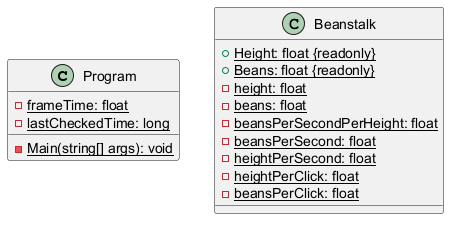
Before: PlantUML/Klassediagram 2.png, a diagram exported from PlantUML (Murkorus/ProjektOOA).
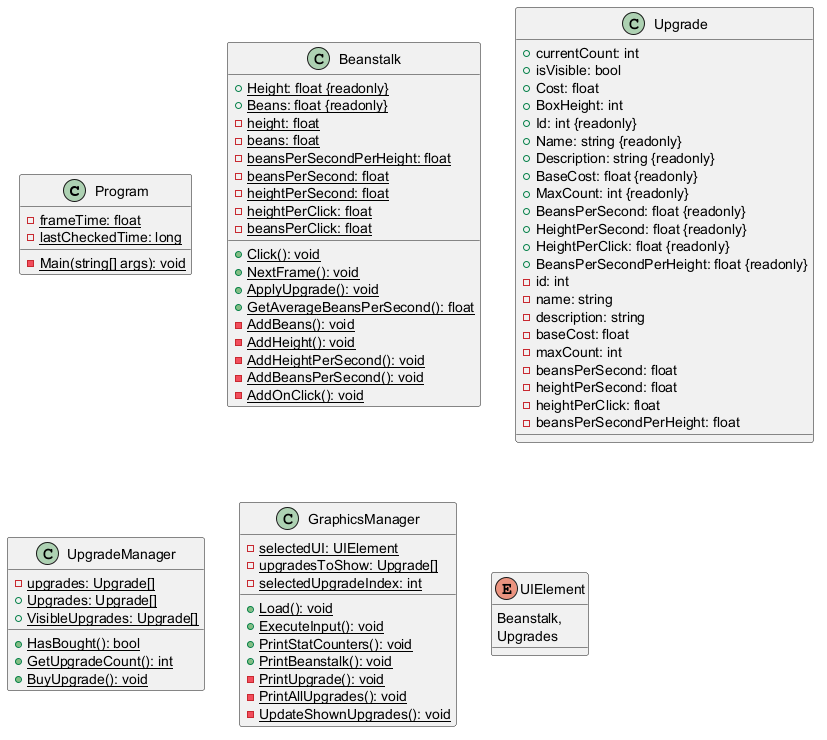
After the commit.

What changed in the source:
```diff
@@ -16,4 +16,67 @@
 Beanstalk : - {static} heightPerSecond: float
 Beanstalk : - {static} heightPerClick: float
 Beanstalk : - {static} beansPerClick: float
+
+Beanstalk : + {static} Click(): void
+Beanstalk : + {static} NextFrame(): void
+Beanstalk : + {static} ApplyUpgrade(): void
+Beanstalk : + {static} GetAverageBeansPerSecond(): float
+
+Beanstalk : - {static} AddBeans(): void
+Beanstalk : - {static} AddHeight(): void
+Beanstalk : - {static} AddHeightPerSecond(): void
+Beanstalk : - {static} AddBeansPerSecond(): void
+Beanstalk : - {static} AddOnClick(): void
+
+class Upgrade
+Upgrade : + currentCount: int
+Upgrade : + isVisible: bool
+Upgrade : + Cost: float
+Upgrade : + BoxHeight: int
+Upgrade : + Id: int {readonly}
+Upgrade : + Name: string {readonly}
+Upgrade : + Description: string {readonly}
+Upgrade : + BaseCost: float {readonly}
+Upgrade : + MaxCount: int {readonly}
+Upgrade : + BeansPerSecond: float {readonly}
+Upgrade : + HeightPerSecond: float {readonly}
+Upgrade : + HeightPerClick: float {readonly}
+Upgrade : + BeansPerSecondPerHeight: float {readonly}
+
+Upgrade : - id: int
+Upgrade : - name: string
+Upgrade : - description: string
+Upgrade : - baseCost: float
+Upgrade : - maxCount: int
+Upgrade : - beansPerSecond: float
+Upgrade : - heightPerSecond: float
+Upgrade : - heightPerClick: float
+Upgrade : - beansPerSecondPerHeight: float
+
+class UpgradeManager
+UpgradeManager : - {static} upgrades: Upgrade[]
+UpgradeManager : + {static} Upgrades: Upgrade[]
+UpgradeManager : + {static} VisibleUpgrades: Upgrade[]
+
+UpgradeManager : + {static} HasBought(): bool
+UpgradeManager : + {static} GetUpgradeCount(): int
+UpgradeManager : + {static} BuyUpgrade(): void
+
+class GraphicsManager
+GraphicsManager : - {static} selectedUI: UIElement
+GraphicsManager : - {static} upgradesToShow: Upgrade[]
+GraphicsManager : - {static} selectedUpgradeIndex: int
+
+GraphicsManager : + {static} Load(): void
+GraphicsManager : + {static} ExecuteInput(): void
+GraphicsManager : + {static} PrintStatCounters(): void
+GraphicsManager : + {static} PrintBeanstalk(): void
+GraphicsManager : - {static} PrintUpgrade(): void
+GraphicsManager : - {static} PrintAllUpgrades(): void
+GraphicsManager : - {static} UpdateShownUpgrades(): void
+
+enum UIElement{
+Beanstalk,
+Upgrades
+}
 @enduml
```
